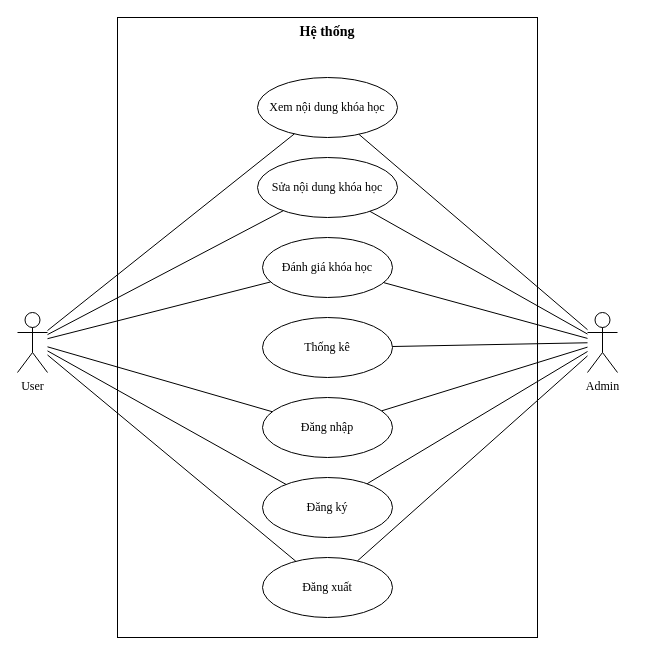
Before: PTTK/Biểu đồ không có tiêu đề.drawio in thanhnt1710/Hust.20212.DATN, a draw.io diagram. Source tidied: cells renumbered, new cells numbered last; positions are measured from the earlier drawing's top-left corner, leaving out a move shared by most shapes. Both pictures are drawn from the tidied source at 100%, with x=0, y=0 at pixel (17, 17).
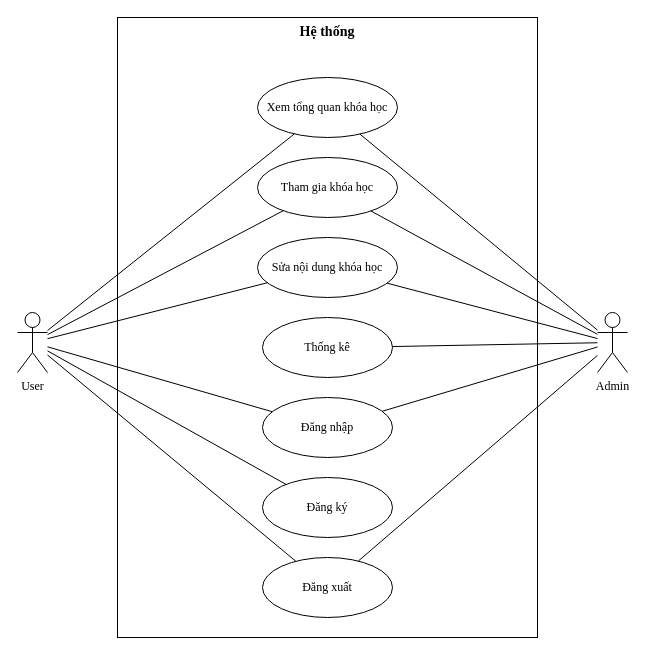
Above is the later version.

Unchanged cells that the change refers to:
```xml
<mxCell id="3" value="User" style="shape=umlActor;verticalLabelPosition=bottom;verticalAlign=top;html=1;outlineConnect=0;fontFamily=Times New Roman;" parent="1" vertex="1">
  <mxGeometry y="295" width="30" height="60" as="geometry" />
</mxCell>
<mxCell id="7" value="Đăng ký" style="ellipse;whiteSpace=wrap;html=1;fontFamily=Times New Roman;" parent="1" vertex="1">
  <mxGeometry x="245" y="460" width="130" height="60" as="geometry" />
</mxCell>
```

Change to the diagram source:
```diff
@@
     <mxCell id="2" value="Admin" style="shape=umlActor;verticalLabelPosition=bottom;verticalAlign=top;html=1;outlineConnect=0;fontFamily=Times New Roman;" parent="1" vertex="1">
-      <mxGeometry x="570" y="295" width="30" height="60" as="geometry" />
+      <mxGeometry x="580" y="295" width="30" height="60" as="geometry" />
     </mxCell>
@@
-    <mxCell id="9" value="Xem nội dung khóa học" style="ellipse;whiteSpace=wrap;html=1;fontFamily=Times New Roman;" parent="1" vertex="1">
+    <mxCell id="9" value="Xem tổng quan khóa học" style="ellipse;whiteSpace=wrap;html=1;fontFamily=Times New Roman;" parent="1" vertex="1">
       <mxGeometry x="240" y="60" width="140" height="60" as="geometry" />
     </mxCell>
     <mxCell id="10" value="Sửa nội dung khóa học" style="ellipse;whiteSpace=wrap;html=1;fontFamily=Times New Roman;" parent="1" vertex="1">
-      <mxGeometry x="240" y="140" width="140" height="60" as="geometry" />
+      <mxGeometry x="240" y="220" width="140" height="60" as="geometry" />
     </mxCell>
-    <mxCell id="11" value="Đánh giá khóa học" style="ellipse;whiteSpace=wrap;html=1;fontFamily=Times New Roman;" parent="1" vertex="1">
-      <mxGeometry x="245" y="220" width="130" height="60" as="geometry" />
-    </mxCell>
@@
-    <mxCell id="13" style="endArrow=none;html=1;rounded=0;fontFamily=Times New Roman;fontSize=14;" parent="1" edge="1" source="10" target="3">
-      <mxGeometry relative="1" as="geometry" />
-    </mxCell>
-    <mxCell id="14" style="endArrow=none;html=1;rounded=0;fontFamily=Times New Roman;fontSize=14;" parent="1" edge="1" source="11" target="3">
-      <mxGeometry relative="1" as="geometry" />
-    </mxCell>
@@
-    <mxCell id="19" style="endArrow=none;html=1;rounded=0;fontFamily=Times New Roman;fontSize=14;" parent="1" edge="1" source="10" target="2">
-      <mxGeometry relative="1" as="geometry" />
-    </mxCell>
-    <mxCell id="20" style="endArrow=none;html=1;rounded=0;fontFamily=Times New Roman;fontSize=14;" parent="1" edge="1" source="11" target="2">
-      <mxGeometry relative="1" as="geometry" />
-    </mxCell>
@@
-    <mxCell id="23" style="endArrow=none;html=1;rounded=0;fontFamily=Times New Roman;fontSize=14;" parent="1" edge="1" source="7" target="2">
-      <mxGeometry relative="1" as="geometry" />
-    </mxCell>
@@
+    <mxCell id="25" value="Tham gia khóa học" style="ellipse;whiteSpace=wrap;html=1;fontFamily=Times New Roman;" parent="1" vertex="1">
+      <mxGeometry x="240" y="140" width="140" height="60" as="geometry" />
+    </mxCell>
+    <mxCell id="26" style="endArrow=none;html=1;rounded=0;fontFamily=Times New Roman;fontSize=14;" parent="1" edge="1" source="25" target="3">
+      <mxGeometry relative="1" as="geometry" />
+    </mxCell>
+    <mxCell id="13" style="endArrow=none;html=1;rounded=0;fontFamily=Times New Roman;fontSize=14;" parent="1" edge="1" source="10" target="3">
+      <mxGeometry relative="1" as="geometry" />
+    </mxCell>
+    <mxCell id="27" style="endArrow=none;html=1;rounded=0;fontFamily=Times New Roman;fontSize=14;" parent="1" edge="1" source="2" target="10">
+      <mxGeometry relative="1" as="geometry" />
+    </mxCell>
+    <mxCell id="28" style="endArrow=none;html=1;rounded=0;fontFamily=Times New Roman;fontSize=14;" parent="1" edge="1" source="25" target="2">
+      <mxGeometry relative="1" as="geometry" />
+    </mxCell>
```
